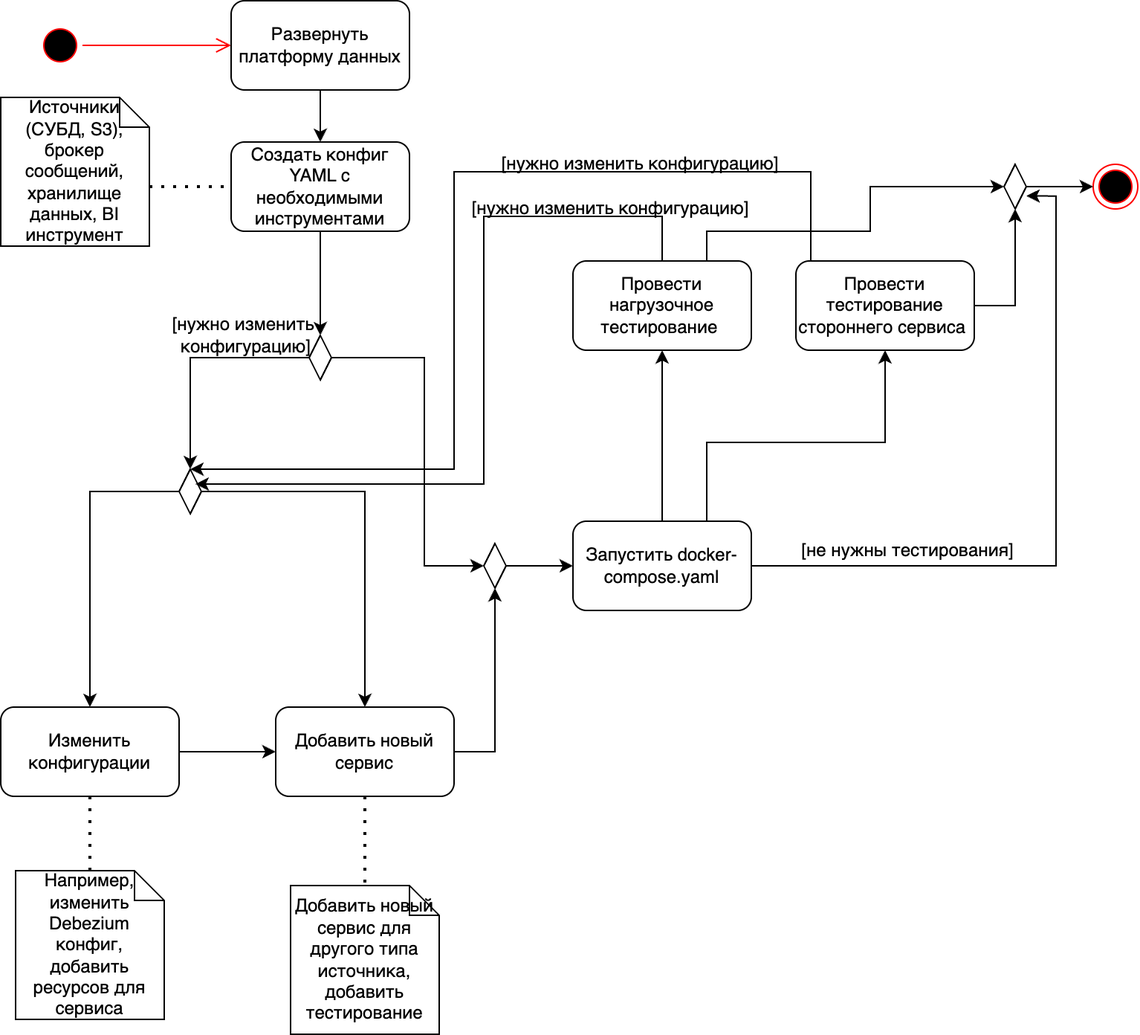
This is my_folder/images/diagram_activity.png from ilssaf/bachelor-diploma, a draw.io export, as it was before one commit. Source tidied: cells renumbered, new cells last; positions are measured from the earlier drawing's top-left corner, leaving out a move shared by most shapes.
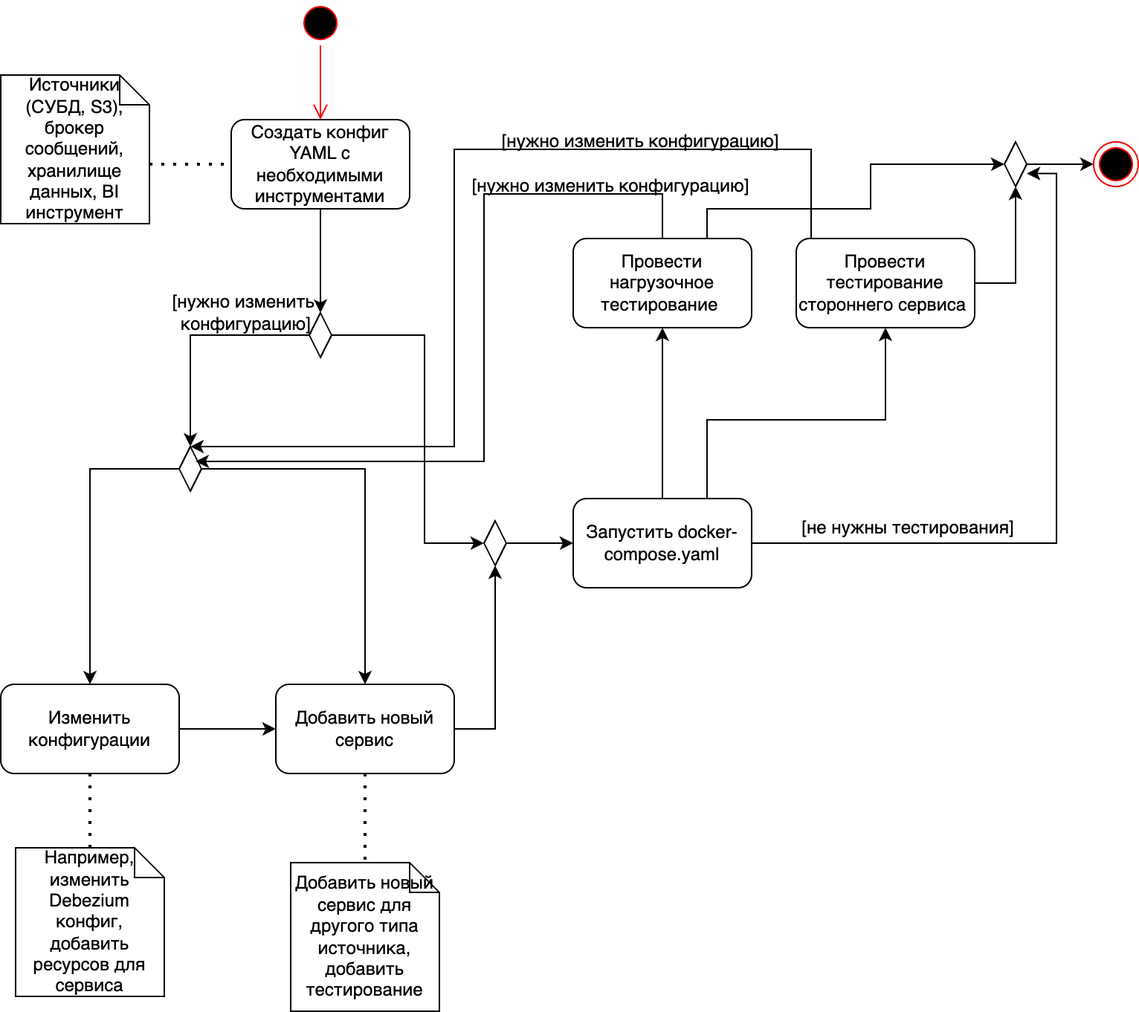
Later version of the same file.

Diff of the diagram source:
```diff
@@ -5,18 +5,6 @@
     <mxCell id="2" style="edgeStyle=orthogonalEdgeStyle;rounded=0;jettySize=auto;html=1;entryX=1.006;entryY=0.709;entryDx=0;entryDy=0;entryPerimeter=0;" parent="1" edge="1" source="18" target="37">
       <mxGeometry relative="1" as="geometry" />
     </mxCell>
-    <mxCell id="3" style="ellipse;html=1;shape=startState;fillColor=#000000;strokeColor=#ff0000;" parent="1" vertex="1">
-      <mxGeometry x="25" y="15" width="30" height="30" as="geometry" />
-    </mxCell>
-    <mxCell id="4" style="edgeStyle=orthogonalEdgeStyle;html=1;verticalAlign=bottom;endArrow=open;endSize=8;strokeColor=#ff0000;rounded=0;entryX=0;entryY=0.5;entryDx=0;entryDy=0;" parent="1" edge="1" source="3" target="6">
-      <mxGeometry relative="1" as="geometry" />
-    </mxCell>
-    <mxCell id="5" style="edgeStyle=orthogonalEdgeStyle;rounded=0;jettySize=auto;html=1;entryX=0.5;entryY=0;entryDx=0;entryDy=0;" parent="1" edge="1" source="6" target="8">
-      <mxGeometry relative="1" as="geometry" />
-    </mxCell>
-    <mxCell id="6" value="Развернуть платформу данных" style="rounded=1;whiteSpace=wrap;html=1;" parent="1" vertex="1">
-      <mxGeometry x="155" width="120" height="60" as="geometry" />
-    </mxCell>
     <mxCell id="7" style="edgeStyle=orthogonalEdgeStyle;rounded=0;jettySize=auto;html=1;entryX=0.5;entryY=0;entryDx=0;entryDy=0;" parent="1" edge="1" source="8" target="13">
       <mxGeometry relative="1" as="geometry" />
     </mxCell>
@@ -155,5 +143,11 @@
     <mxCell id="42" value="[не нужны тестирования]" style="text;html=1;align=center;verticalAlign=middle;strokeColor=none;fillColor=none;" parent="1" vertex="1">
       <mxGeometry x="525" y="355" width="170" height="30" as="geometry" />
     </mxCell>
+    <mxCell id="43" style="ellipse;html=1;shape=startState;fillColor=#000000;strokeColor=#ff0000;align=center;verticalAlign=middle;fontFamily=Helvetica;fontSize=11;fontColor=default;labelBackgroundColor=default;" parent="1" vertex="1">
+      <mxGeometry x="200" y="15" width="30" height="30" as="geometry" />
+    </mxCell>
+    <mxCell id="44" style="edgeStyle=orthogonalEdgeStyle;html=1;verticalAlign=bottom;endArrow=open;endSize=8;strokeColor=#ff0000;rounded=0;fontFamily=Helvetica;fontSize=11;fontColor=default;labelBackgroundColor=default;entryX=0.5;entryY=0;entryDx=0;entryDy=0;" parent="1" edge="1" source="43" target="8">
+      <mxGeometry relative="1" as="geometry" />
+    </mxCell>
   </root>
 </mxGraphModel>
```
